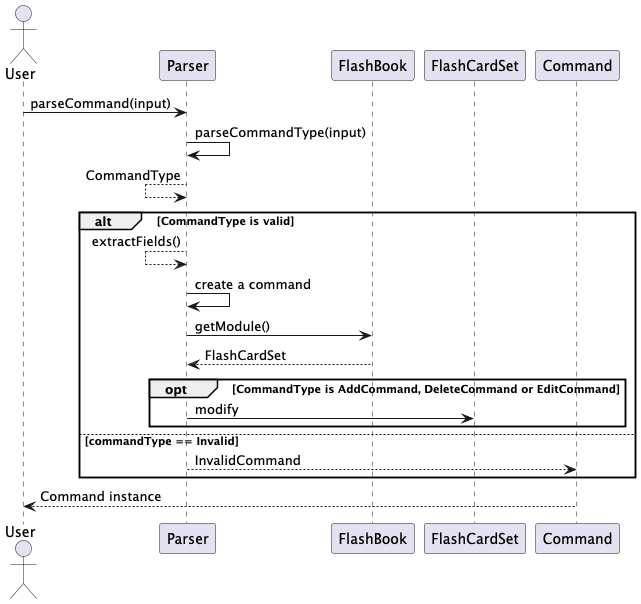
Before: docs/diagrams/ParsingSequenceDiagram.png, a diagram exported from PlantUML (raneeng/tp).
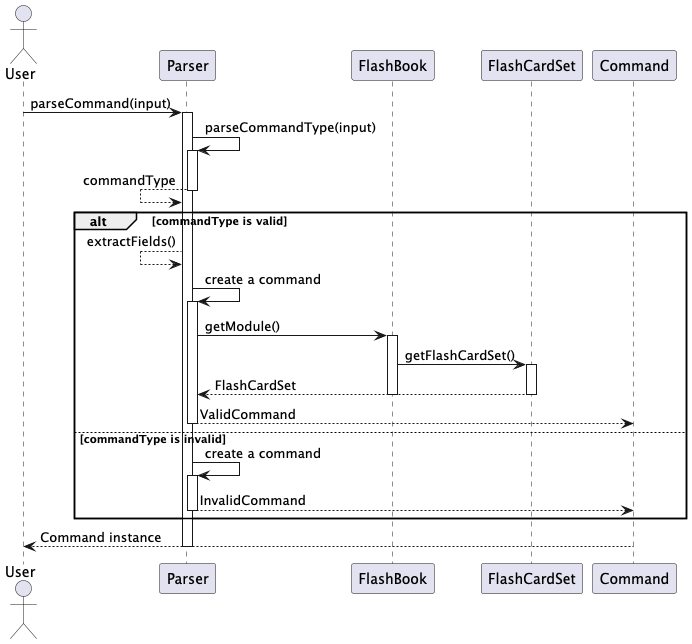
After the change.

Change to the diagram source:
```diff
@@ -8,20 +8,35 @@
 participant Command as command
 
 user -> Parser : parseCommand(input)
+activate Parser
+
 Parser -> Parser : parseCommandType(input)
-Parser <-- Parser : CommandType
+activate Parser
+    Parser <-- Parser : commandType
+deactivate Parser
 
-alt CommandType is valid
+alt commandType is valid
     Parser <-- Parser : extractFields()
     Parser -> Parser : create a command
-    Parser -> FlashBook : getModule()
-    FlashBook --> Parser : FlashCardSet
-    opt CommandType is AddCommand, DeleteCommand or EditCommand
-        Parser -> FlashCardSet : modify
-    end
-else commandType == Invalid
-    Parser --> command : InvalidCommand
+        activate Parser
+        Parser -> FlashBook : getModule()
+        activate FlashBook
+
+        FlashBook -> FlashCardSet : getFlashCardSet()
+        activate FlashCardSet
+        FlashCardSet --> Parser : FlashCardSet
+        deactivate FlashCardSet
+
+        deactivate FlashBook
+        Parser --> command : ValidCommand
+    deactivate Parser
+else commandType is invalid
+    Parser -> Parser : create a command
+        activate Parser
+        Parser --> command : InvalidCommand
+        deactivate Parser
 end
 
 user <-- command : Command instance
+deactivate Parser
 @enduml
```
